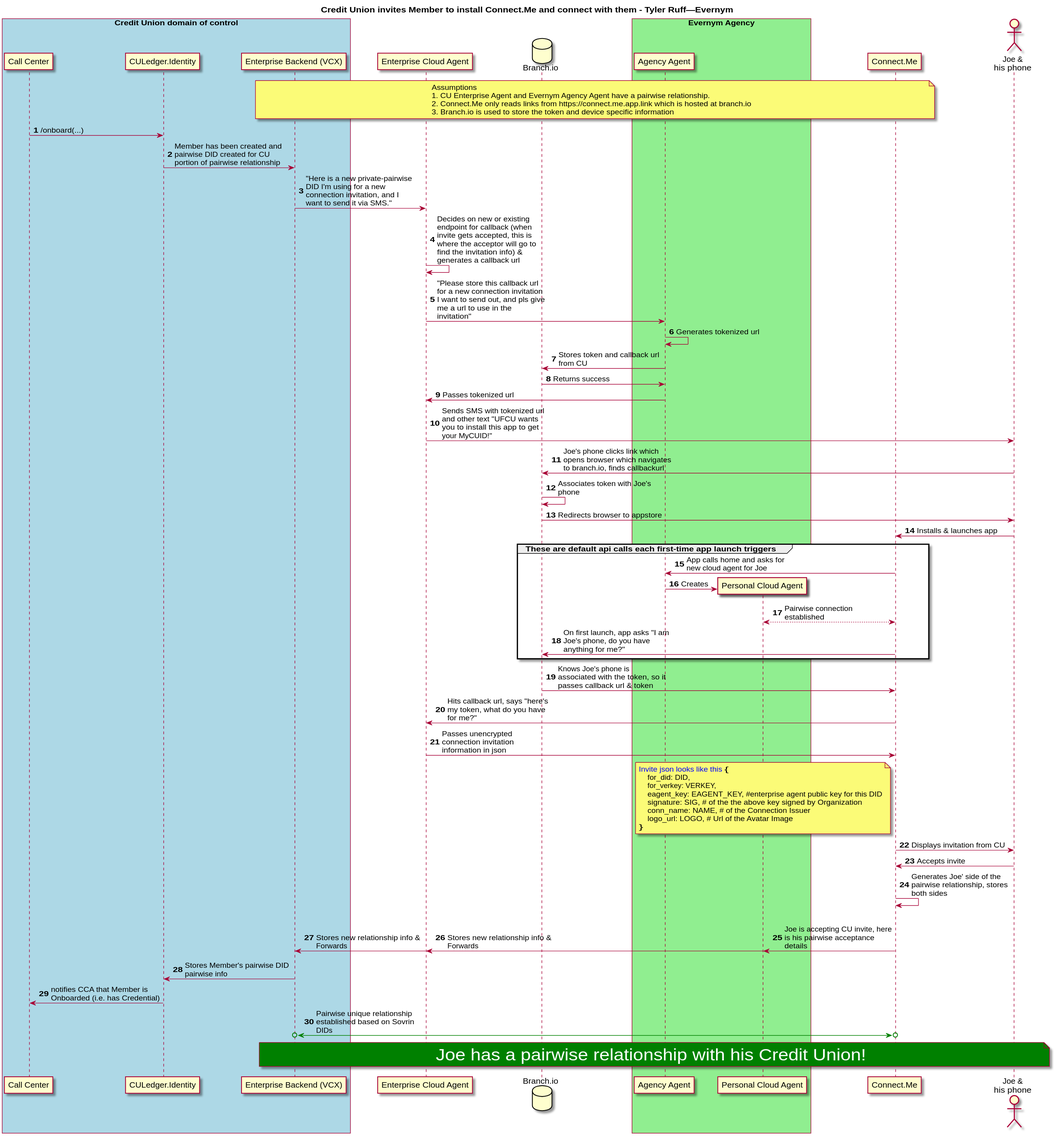
peacekeeper/CULedger.IdentityAPI keeps this PlantUML diagram as puml/OnboardingMember-EvernymDetail.svg. Above is the earlier version. Its diagram source:
```plantuml
@startuml
skinparam maxmessagesize 200
box "Credit Union domain of control" #lightblue
participant "Call Center" as cca
participant "CULedger.Identity" as cuid
participant "Enterprise Backend (VCX)" as cu
end box

participant "Enterprise Cloud Agent" as cuag
database "Branch.io" as bra
box "Evernym Agency" #lightgreen
participant "Agency Agent" as agag
participant "Personal Cloud Agent" as conag
end box
participant "Connect.Me" as con
actor "Joe &\nhis phone" as joe


title Credit Union invites Member to install Connect.Me and connect with them - Tyler Ruff—Evernym

note over cu, con
Assumptions
1. CU Enterprise Agent and Evernym Agency Agent have a pairwise relationship.
2. Connect.Me only reads links from https://connect.me.app.link which is hosted at branch.io
3. Branch.io is used to store the token and device specific information
end note
autonumber
cca -> cuid: /onboard(...)
cuid -> cu: Member has been created and pairwise DID created for CU portion of pairwise relationship
cu -> cuag: "Here is a new private-pairwise DID I'm using for a new connection invitation, and I want to send it via SMS."
cuag -> cuag: Decides on new or existing endpoint for callback (when invite gets accepted, this is where the acceptor will go to find the invitation info) & generates a callback url
cuag -> agag: "Please store this callback url for a new connection invitation I want to send out, and pls give me a url to use in the invitation"
agag -> agag: Generates tokenized url
agag -> bra: Stores token and callback url from CU
bra -> agag: Returns success
agag -> cuag: Passes tokenized url
cuag -> joe: Sends SMS with tokenized url and other text "UFCU wants you to install this app to get your MyCUID!"
joe -> bra: Joe's phone clicks link which opens browser which navigates to branch.io, finds callbackurl
bra -> bra: Associates token with Joe's phone
bra -> joe: Redirects browser to appstore
joe -> con: Installs & launches app
group These are default api calls each first-time app launch triggers
con -> agag: App calls home and asks for new cloud agent for Joe
create conag
agag -> conag: Creates
conag <--> con: Pairwise connection established
con -> bra: On first launch, app asks "I am Joe's phone, do you have anything for me?"
end
bra -> con: Knows Joe's phone is associated with the token, so it passes callback url & token
con -> cuag: Hits callback url, says "here's my token, what do you have for me?"
cuag -> con: Passes unencrypted connection invitation information in json
note left of con
<color:blue>Invite json looks like this</color> {
    for_did: DID,
    for_verkey: VERKEY,
    eagent_key: EAGENT_KEY, #enterprise agent public key for this DID
    signature: SIG, # of the the above key signed by Organization
    conn_name: NAME, # of the Connection Issuer
    logo_url: LOGO, # Url of the Avatar Image
}
end note
con -> joe: Displays invitation from CU
joe -> con: Accepts invite
con -> con: Generates Joe' side of the pairwise relationship, stores both sides
par2
con -> conag: Joe is accepting CU invite, here is his pairwise acceptance details
else
conag -> cuag: \nStores new relationship info & Forwards
else
cuag -> cu: \nStores new relationship info & Forwards
end
cu -> cuid: Stores Member's pairwise DID pairwise info
cuid -> cca: notifies CCA that Member is Onboarded (i.e. has Credential)

skinparam arrowsize 10
cu o<-[#green]>o con: Pairwise unique relationship established based on Sovrin DIDs
note over cu, joe #green
<color: white><size: 30>Joe has a pairwise relationship with his Credit Union!</size></color>
end note
@enduml
```
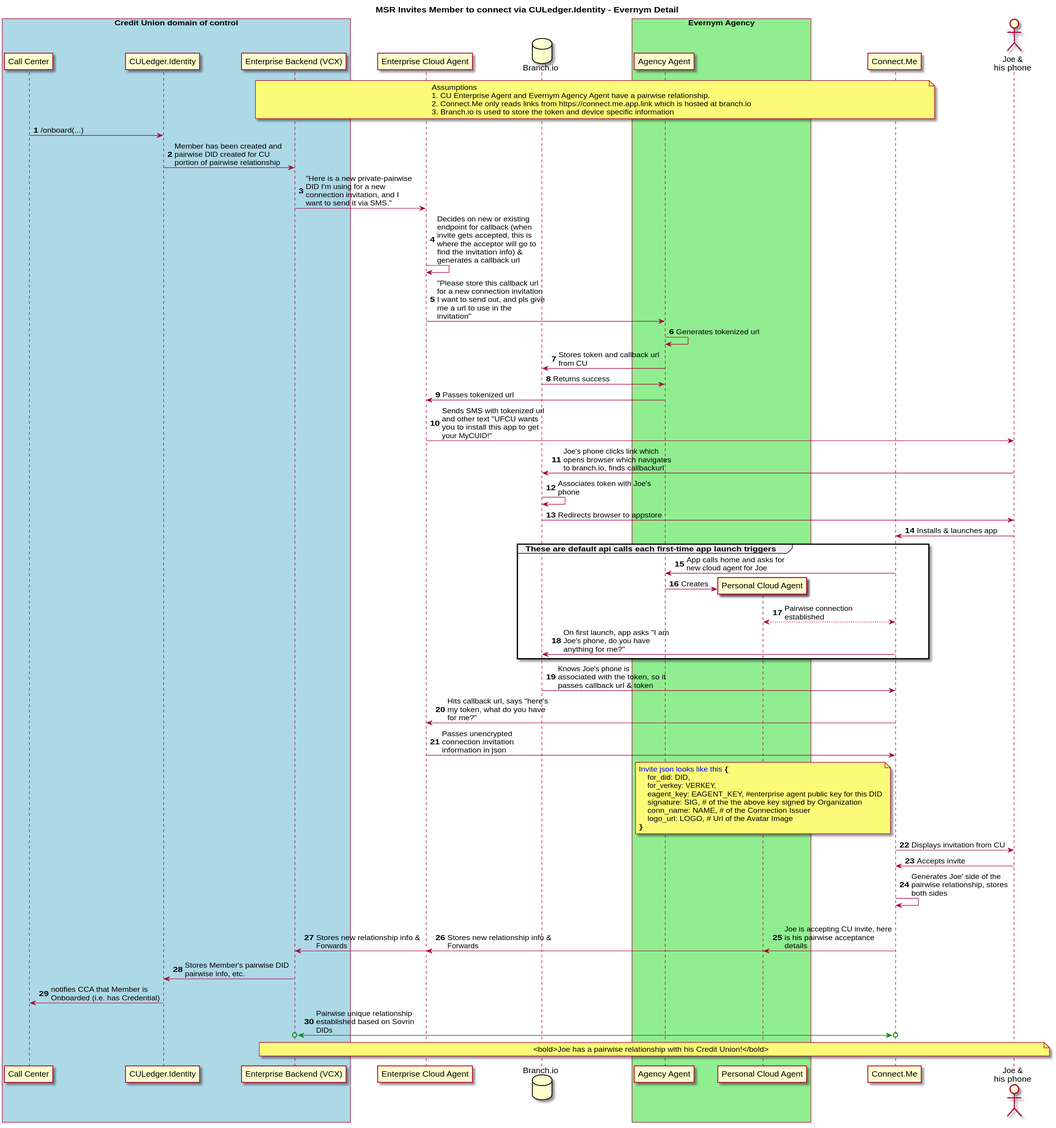
Later version of the same file.

The edit, as a diff of the source:
```diff
@@ -16,7 +16,7 @@
 actor "Joe &\nhis phone" as joe
 
 
-title Credit Union invites Member to install Connect.Me and connect with them - Tyler Ruff—Evernym
+title MSR Invites Member to connect via CULedger.Identity - Evernym Detail
 
 note over cu, con
 Assumptions
@@ -69,12 +69,12 @@
 else
 cuag -> cu: \nStores new relationship info & Forwards
 end
-cu -> cuid: Stores Member's pairwise DID pairwise info
+cu -> cuid: Stores Member's pairwise DID pairwise info, etc.
 cuid -> cca: notifies CCA that Member is Onboarded (i.e. has Credential)
 
 skinparam arrowsize 10
 cu o<-[#green]>o con: Pairwise unique relationship established based on Sovrin DIDs
-note over cu, joe #green
-<color: white><size: 30>Joe has a pairwise relationship with his Credit Union!</size></color>
+note over cu, joe
+<bold>Joe has a pairwise relationship with his Credit Union!</bold>
 end note
 @enduml
```
